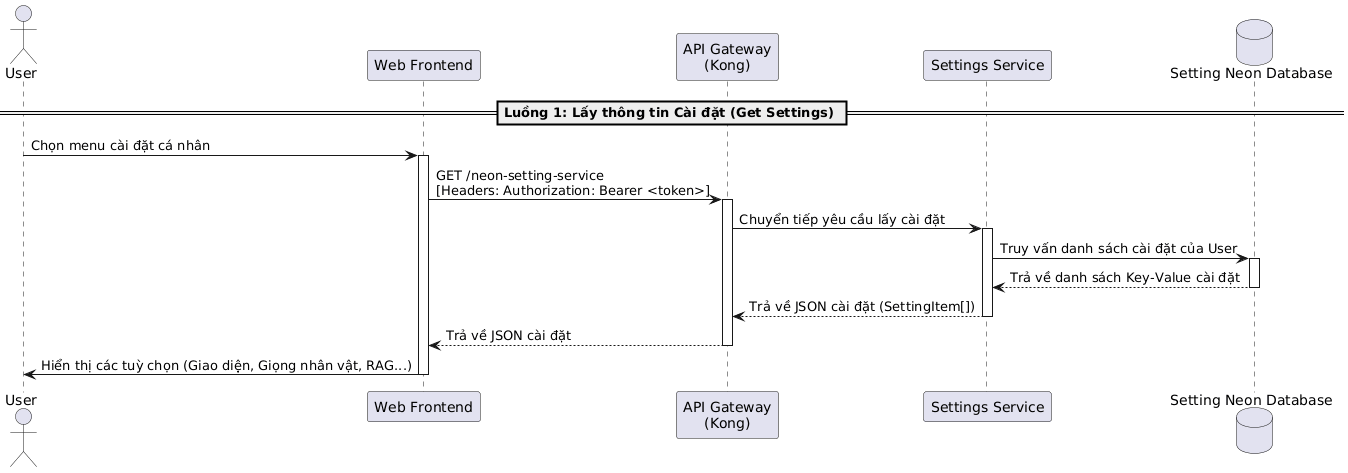
Earlier version of the PlantUML export temp/05-sequence/UML-Sequence-15.png (20206205Tech/docs-uml).
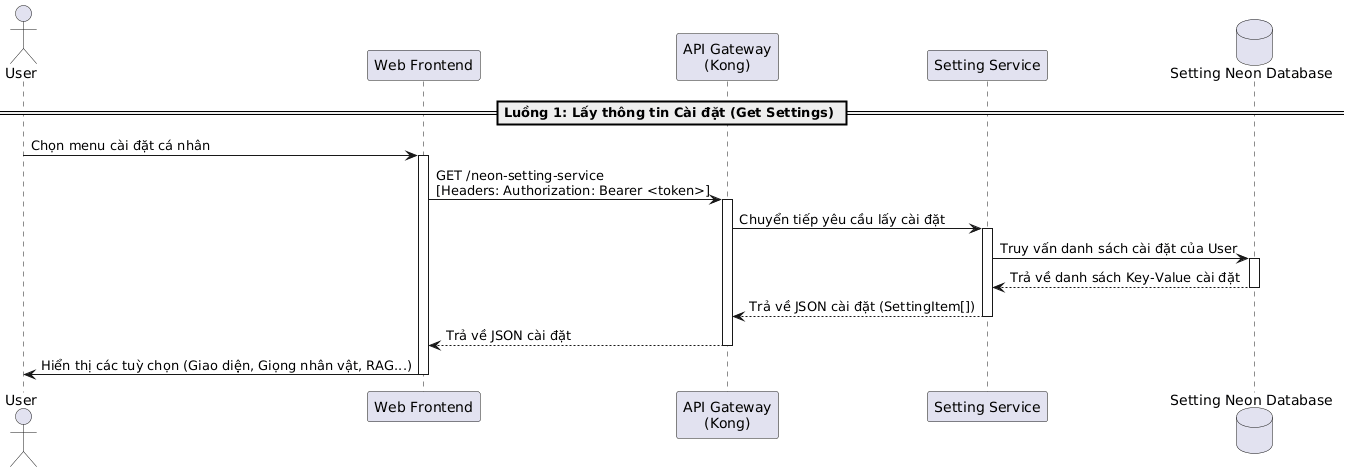
The same diagram one commit later.

The edit, as a diff of the source:
```diff
@@ -2,7 +2,7 @@
 actor "User" as User
 participant "Web Frontend" as Frontend
 participant "API Gateway\n(Kong)" as Kong
-participant "Settings Service" as SettingsService
+participant "Setting Service" as SettingService
 database "Setting Neon Database" as DB
 
 == Luồng 1: Lấy thông tin Cài đặt (Get Settings) ==
@@ -11,14 +11,14 @@
 
 Frontend -> Kong: GET /neon-setting-service \n[Headers: Authorization: Bearer <token>]
 activate Kong
-Kong -> SettingsService: Chuyển tiếp yêu cầu lấy cài đặt
-activate SettingsService
-SettingsService -> DB: Truy vấn danh sách cài đặt của User
+Kong -> SettingService: Chuyển tiếp yêu cầu lấy cài đặt
+activate SettingService
+SettingService -> DB: Truy vấn danh sách cài đặt của User
 activate DB
-DB --> SettingsService: Trả về danh sách Key-Value cài đặt
+DB --> SettingService: Trả về danh sách Key-Value cài đặt
 deactivate DB
-SettingsService --> Kong: Trả về JSON cài đặt (SettingItem[])
-deactivate SettingsService
+SettingService --> Kong: Trả về JSON cài đặt (SettingItem[])
+deactivate SettingService
 Kong --> Frontend: Trả về JSON cài đặt
 deactivate Kong
 
```
